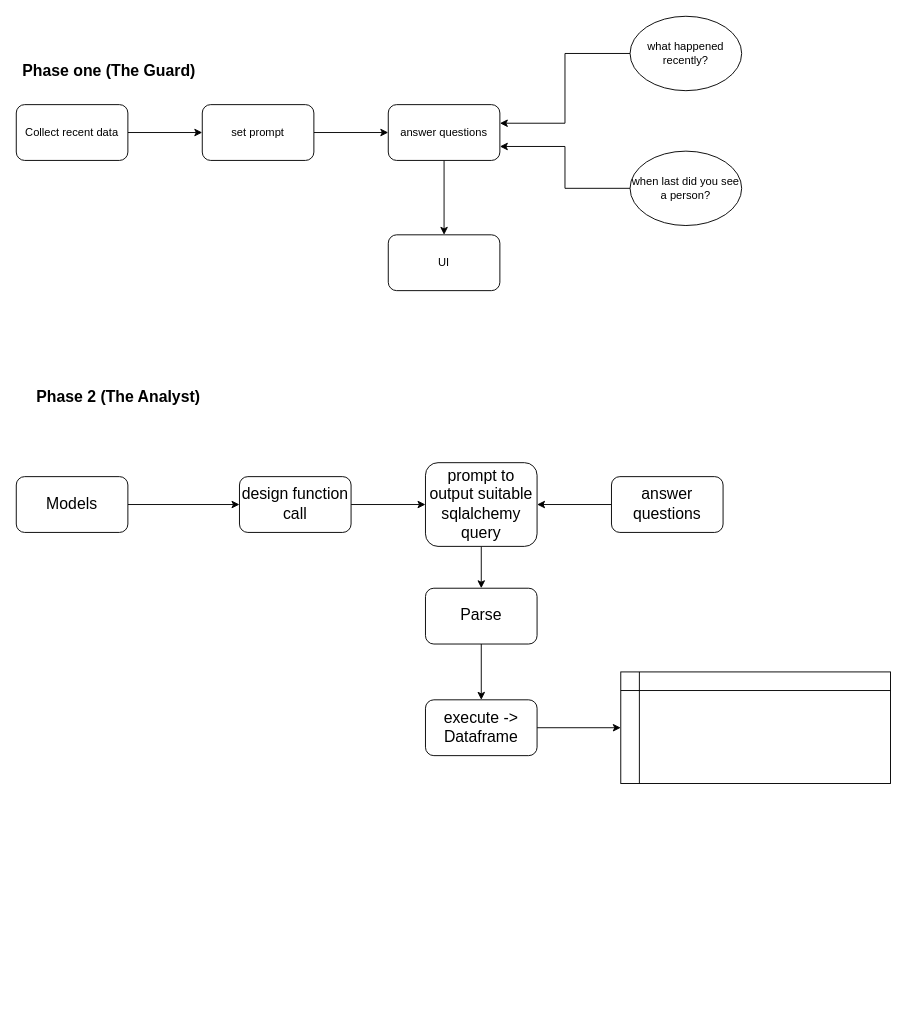
This is page "LLM Planning" (3 of 3) of SecurAI.drawio from VertigoOne1/securia, a draw.io file, before an edit. Source tidied: cells renumbered, new cells numbered last; positions are measured from the earlier drawing's top-left corner, leaving out a move shared by most shapes. Both pictures are drawn from the tidied source at 93%, with x=0, y=0 at pixel (16, 16).
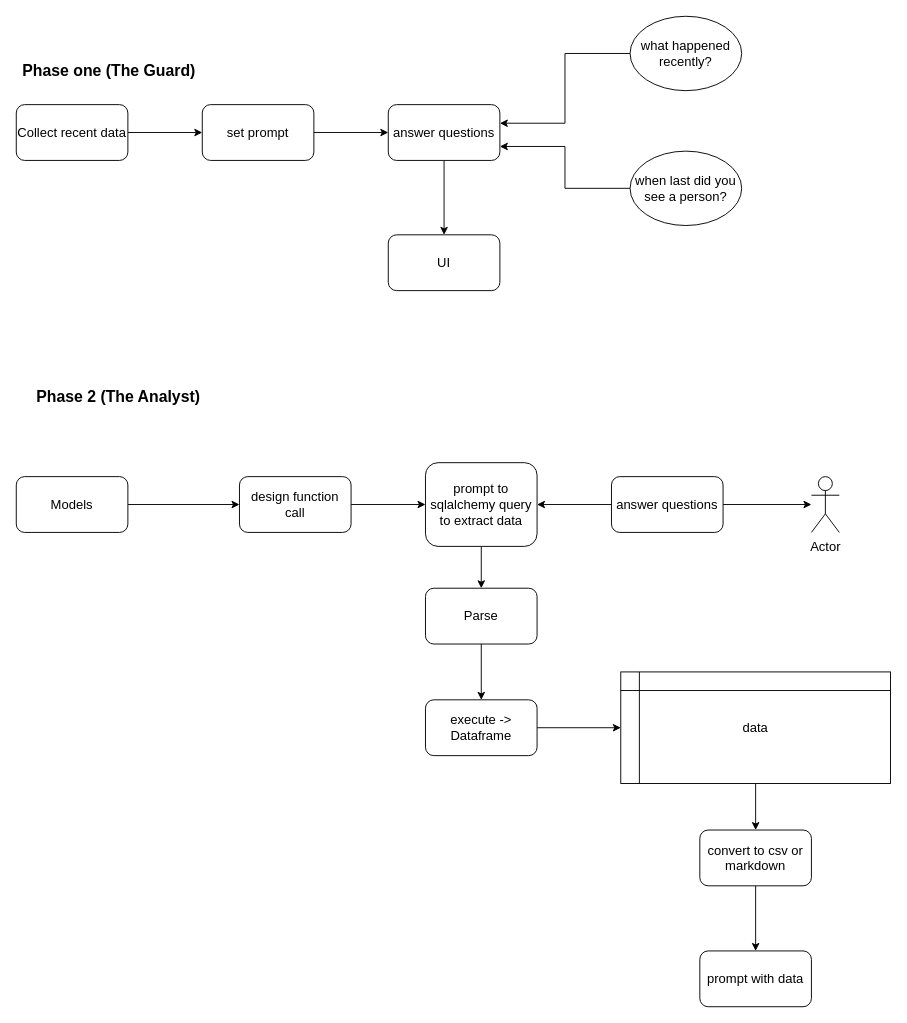
After the change.

What changed in the source:
```diff
@@
-    <mxCell id="4" value="Collect recent data" style="rounded=1;whiteSpace=wrap;html=1;" parent="1" vertex="1">
+    <mxCell id="4" value="Collect recent data" style="rounded=1;whiteSpace=wrap;html=1;fontSize=14;" parent="1" vertex="1">
       <mxGeometry y="95" width="120" height="60" as="geometry" />
     </mxCell>
-    <mxCell id="5" style="edgeStyle=orthogonalEdgeStyle;rounded=0;jettySize=auto;html=1;" parent="1" edge="1" source="6" target="8">
+    <mxCell id="5" style="edgeStyle=orthogonalEdgeStyle;rounded=0;jettySize=auto;html=1;fontSize=14;" parent="1" edge="1" source="6" target="8">
       <mxGeometry relative="1" as="geometry" />
     </mxCell>
-    <mxCell id="6" value="set prompt" style="rounded=1;whiteSpace=wrap;html=1;" parent="1" vertex="1">
+    <mxCell id="6" value="set prompt" style="rounded=1;whiteSpace=wrap;html=1;fontSize=14;" parent="1" vertex="1">
       <mxGeometry x="200" y="95" width="120" height="60" as="geometry" />
     </mxCell>
-    <mxCell id="7" style="edgeStyle=orthogonalEdgeStyle;rounded=0;jettySize=auto;html=1;" parent="1" edge="1" source="8" target="13">
+    <mxCell id="7" style="edgeStyle=orthogonalEdgeStyle;rounded=0;jettySize=auto;html=1;fontSize=14;" parent="1" edge="1" source="8" target="13">
       <mxGeometry relative="1" as="geometry" />
     </mxCell>
-    <mxCell id="8" value="answer questions" style="rounded=1;whiteSpace=wrap;html=1;" parent="1" vertex="1">
+    <mxCell id="8" value="answer questions" style="rounded=1;whiteSpace=wrap;html=1;fontSize=14;" parent="1" vertex="1">
       <mxGeometry x="400" y="95" width="120" height="60" as="geometry" />
     </mxCell>
-    <mxCell id="9" style="edgeStyle=orthogonalEdgeStyle;rounded=0;jettySize=auto;html=1;" parent="1" edge="1" source="10">
+    <mxCell id="9" style="edgeStyle=orthogonalEdgeStyle;rounded=0;jettySize=auto;html=1;fontSize=14;" parent="1" edge="1" source="10">
       <mxGeometry relative="1" as="geometry">
         <mxPoint x="520" y="115" as="targetPoint" />
         <Array as="points">
           <mxPoint x="590" y="40" />
           <mxPoint x="590" y="115" />
           <mxPoint x="520" y="115" />
         </Array>
       </mxGeometry>
     </mxCell>
-    <mxCell id="10" value="what happened recently?" style="ellipse;whiteSpace=wrap;html=1;" parent="1" vertex="1">
+    <mxCell id="10" value="what happened recently?" style="ellipse;whiteSpace=wrap;html=1;fontSize=14;" parent="1" vertex="1">
       <mxGeometry x="660" width="120" height="80" as="geometry" />
     </mxCell>
-    <mxCell id="11" style="edgeStyle=orthogonalEdgeStyle;rounded=0;jettySize=auto;html=1;entryX=1;entryY=0.75;entryDx=0;entryDy=0;" parent="1" edge="1" source="12" target="8">
+    <mxCell id="11" style="edgeStyle=orthogonalEdgeStyle;rounded=0;jettySize=auto;html=1;entryX=1;entryY=0.75;entryDx=0;entryDy=0;fontSize=14;" parent="1" edge="1" source="12" target="8">
       <mxGeometry relative="1" as="geometry" />
     </mxCell>
-    <mxCell id="12" value="when last did you see a person?" style="ellipse;whiteSpace=wrap;html=1;" parent="1" vertex="1">
+    <mxCell id="12" value="when last did you see a person?" style="ellipse;whiteSpace=wrap;html=1;fontSize=14;" parent="1" vertex="1">
       <mxGeometry x="660" y="145" width="120" height="80" as="geometry" />
     </mxCell>
-    <mxCell id="13" value="UI" style="rounded=1;whiteSpace=wrap;html=1;" parent="1" vertex="1">
+    <mxCell id="13" value="UI" style="rounded=1;whiteSpace=wrap;html=1;fontSize=14;" parent="1" vertex="1">
       <mxGeometry x="400" y="235" width="120" height="60" as="geometry" />
     </mxCell>
@@
-    <mxCell id="15" style="edgeStyle=orthogonalEdgeStyle;rounded=0;jettySize=auto;html=1;fontSize=17;" parent="1" edge="1" source="16" target="18">
+    <mxCell id="15" style="edgeStyle=orthogonalEdgeStyle;rounded=0;jettySize=auto;html=1;fontSize=14;" parent="1" edge="1" source="16" target="18">
       <mxGeometry relative="1" as="geometry" />
     </mxCell>
-    <mxCell id="16" value="Models" style="rounded=1;whiteSpace=wrap;html=1;fontSize=17;" parent="1" vertex="1">
+    <mxCell id="16" value="Models" style="rounded=1;whiteSpace=wrap;html=1;fontSize=14;" parent="1" vertex="1">
       <mxGeometry y="495" width="120" height="60" as="geometry" />
     </mxCell>
-    <mxCell id="17" style="edgeStyle=orthogonalEdgeStyle;rounded=0;jettySize=auto;html=1;fontSize=17;" parent="1" edge="1" source="18" target="20">
+    <mxCell id="17" style="edgeStyle=orthogonalEdgeStyle;rounded=0;jettySize=auto;html=1;fontSize=14;" parent="1" edge="1" source="18" target="20">
       <mxGeometry relative="1" as="geometry" />
     </mxCell>
-    <mxCell id="18" value="design function call" style="rounded=1;whiteSpace=wrap;html=1;fontSize=17;" parent="1" vertex="1">
+    <mxCell id="18" value="design function call" style="rounded=1;whiteSpace=wrap;html=1;fontSize=14;" parent="1" vertex="1">
       <mxGeometry x="240" y="495" width="120" height="60" as="geometry" />
     </mxCell>
-    <mxCell id="19" style="edgeStyle=orthogonalEdgeStyle;rounded=0;jettySize=auto;html=1;fontSize=17;" parent="1" edge="1" source="20" target="24">
+    <mxCell id="19" style="edgeStyle=orthogonalEdgeStyle;rounded=0;jettySize=auto;html=1;fontSize=14;" parent="1" edge="1" source="20" target="24">
       <mxGeometry relative="1" as="geometry" />
     </mxCell>
-    <mxCell id="20" value="prompt to output suitable sqlalchemy query" style="rounded=1;whiteSpace=wrap;html=1;fontSize=17;" parent="1" vertex="1">
+    <mxCell id="20" value="prompt to sqlalchemy query to extract data" style="rounded=1;whiteSpace=wrap;html=1;fontSize=14;" parent="1" vertex="1">
       <mxGeometry x="440" y="480" width="120" height="90" as="geometry" />
     </mxCell>
-    <mxCell id="21" style="edgeStyle=orthogonalEdgeStyle;rounded=0;jettySize=auto;html=1;fontSize=17;" parent="1" edge="1" source="22" target="20">
+    <mxCell id="21" style="edgeStyle=orthogonalEdgeStyle;rounded=0;jettySize=auto;html=1;fontSize=14;" parent="1" edge="1" source="22" target="20">
       <mxGeometry relative="1" as="geometry" />
     </mxCell>
+    <mxCell id="28" style="edgeStyle=orthogonalEdgeStyle;rounded=0;jettySize=auto;html=1;fontSize=14;" parent="1" edge="1" source="22" target="31">
+      <mxGeometry relative="1" as="geometry" />
+    </mxCell>
-    <mxCell id="22" value="answer questions" style="rounded=1;whiteSpace=wrap;html=1;fontSize=17;" parent="1" vertex="1">
+    <mxCell id="22" value="answer questions" style="rounded=1;whiteSpace=wrap;html=1;fontSize=14;" parent="1" vertex="1">
       <mxGeometry x="640" y="495" width="120" height="60" as="geometry" />
     </mxCell>
-    <mxCell id="23" style="edgeStyle=orthogonalEdgeStyle;rounded=0;jettySize=auto;html=1;fontSize=17;" parent="1" edge="1" source="24" target="26">
+    <mxCell id="23" style="edgeStyle=orthogonalEdgeStyle;rounded=0;jettySize=auto;html=1;fontSize=14;" parent="1" edge="1" source="24" target="26">
       <mxGeometry relative="1" as="geometry" />
     </mxCell>
-    <mxCell id="24" value="Parse" style="rounded=1;whiteSpace=wrap;html=1;fontSize=17;" parent="1" vertex="1">
+    <mxCell id="24" value="Parse" style="rounded=1;whiteSpace=wrap;html=1;fontSize=14;" parent="1" vertex="1">
       <mxGeometry x="440" y="615" width="120" height="60" as="geometry" />
     </mxCell>
-    <mxCell id="25" style="edgeStyle=orthogonalEdgeStyle;rounded=0;jettySize=auto;html=1;entryX=0;entryY=0.5;entryDx=0;entryDy=0;fontSize=17;" parent="1" edge="1" source="26" target="27">
+    <mxCell id="25" style="edgeStyle=orthogonalEdgeStyle;rounded=0;jettySize=auto;html=1;entryX=0;entryY=0.5;entryDx=0;entryDy=0;fontSize=14;" parent="1" edge="1" source="26" target="27">
       <mxGeometry relative="1" as="geometry" />
     </mxCell>
-    <mxCell id="26" value="execute -&amp;gt; Dataframe" style="rounded=1;whiteSpace=wrap;html=1;fontSize=17;" parent="1" vertex="1">
+    <mxCell id="26" value="execute -&amp;gt; Dataframe" style="rounded=1;whiteSpace=wrap;html=1;fontSize=14;" parent="1" vertex="1">
       <mxGeometry x="440" y="735" width="120" height="60" as="geometry" />
     </mxCell>
+    <mxCell id="29" style="edgeStyle=orthogonalEdgeStyle;rounded=0;jettySize=auto;html=1;fontSize=14;" parent="1" edge="1" source="27" target="33">
+      <mxGeometry relative="1" as="geometry" />
+    </mxCell>
-    <mxCell id="27" style="shape=internalStorage;whiteSpace=wrap;html=1;backgroundOutline=1;fontSize=17;" parent="1" vertex="1">
+    <mxCell id="27" value="data" style="shape=internalStorage;whiteSpace=wrap;html=1;backgroundOutline=1;fontSize=14;" parent="1" vertex="1">
       <mxGeometry x="650" y="705" width="290" height="120" as="geometry" />
     </mxCell>
+    <mxCell id="30" value="prompt with data" style="rounded=1;whiteSpace=wrap;html=1;fontSize=14;" parent="1" vertex="1">
+      <mxGeometry x="735" y="1005" width="120" height="60" as="geometry" />
+    </mxCell>
+    <mxCell id="31" value="Actor" style="shape=umlActor;verticalLabelPosition=bottom;verticalAlign=top;html=1;outlineConnect=0;fontSize=14;" parent="1" vertex="1">
+      <mxGeometry x="855" y="495" width="30" height="60" as="geometry" />
+    </mxCell>
+    <mxCell id="32" style="edgeStyle=orthogonalEdgeStyle;rounded=0;jettySize=auto;html=1;fontSize=14;" parent="1" edge="1" source="33" target="30">
+      <mxGeometry relative="1" as="geometry" />
+    </mxCell>
+    <mxCell id="33" value="convert to csv or markdown" style="rounded=1;whiteSpace=wrap;html=1;fontSize=14;" parent="1" vertex="1">
+      <mxGeometry x="735" y="875" width="120" height="60" as="geometry" />
+    </mxCell>
```
